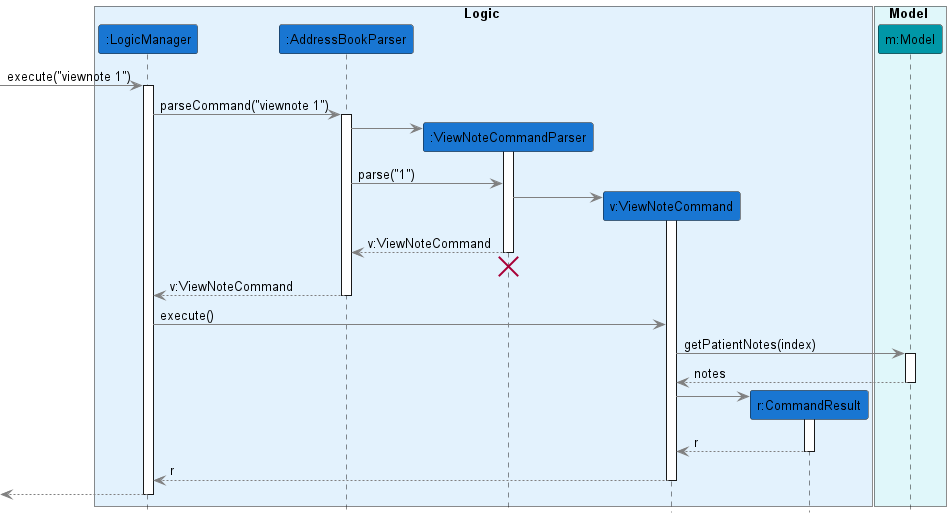
danplatypus30/tp keeps this PlantUML diagram as docs/images/ViewNoteSequenceDiagram.png. Above is the earlier version.
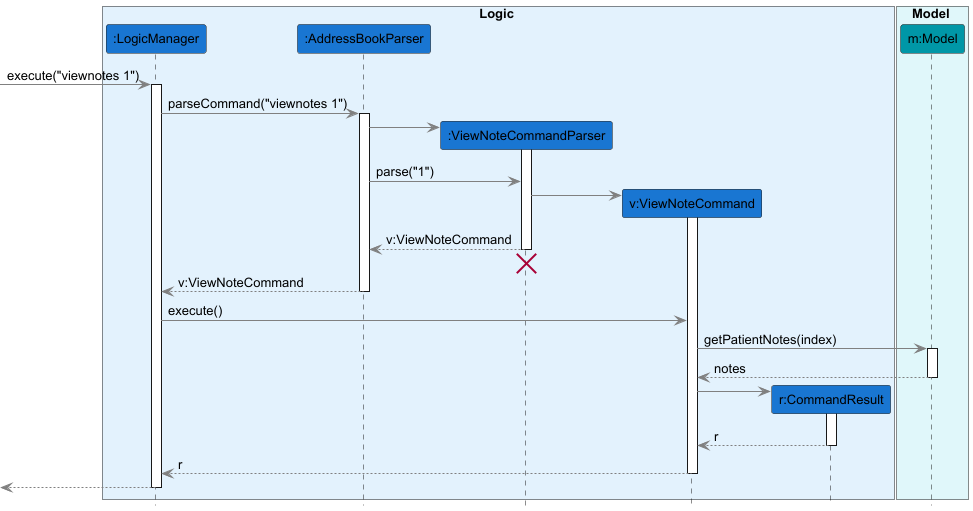
Above is the later version.

What changed in the source:
```diff
@@ -14,10 +14,10 @@
 participant "m:Model" as model MODEL_COLOR
 end box
 
-[-> logic : execute("viewnote 1")
+[-> logic : execute("viewnotes 1")
 activate logic
 
-logic -> abp : parseCommand("viewnote 1")
+logic -> abp : parseCommand("viewnotes 1")
 activate abp
 
 create vncp
```
